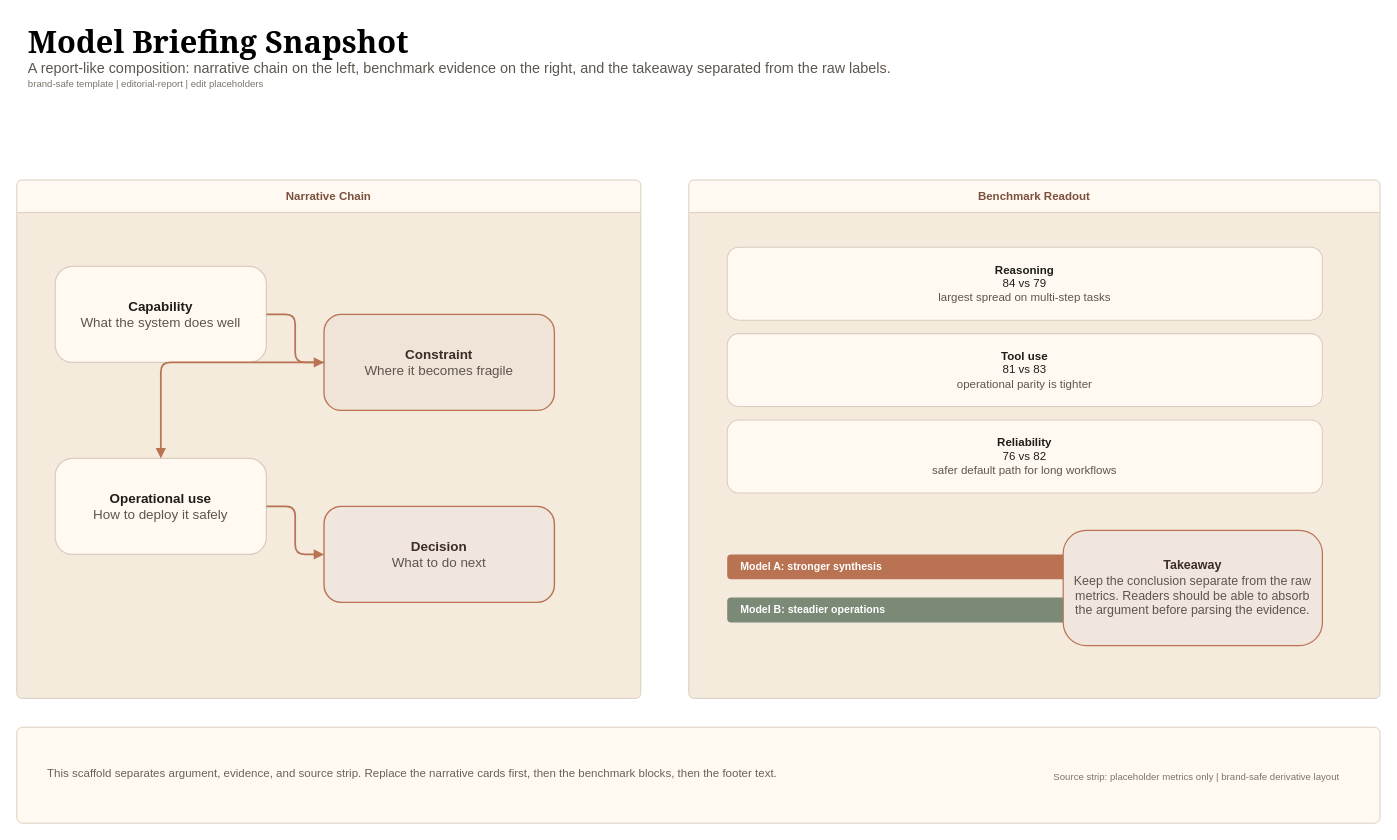
This is page "Editorial Report Template" (2 of 2) of assets/drawio-skill-template-pack.drawio from gigio1023/drawio-agent-skill, a draw.io file, before an edit. Source tidied: cells renumbered, new cells numbered last; positions are measured from the earlier drawing's top-left corner, leaving out a move shared by most shapes. Both pictures are drawn from the tidied source at 96%, with x=0, y=0 at pixel (16, 16).
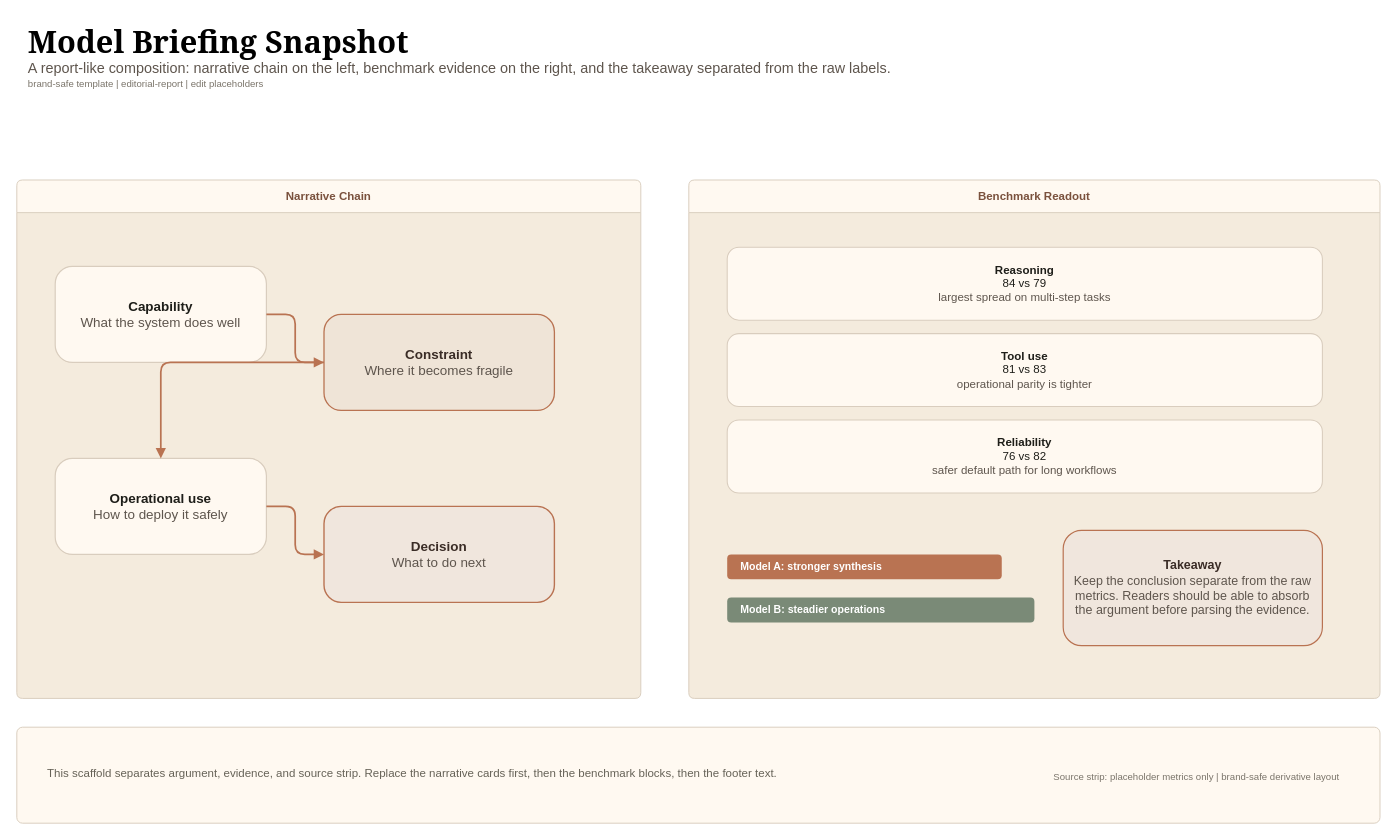
After the change.

Unchanged cells that the change refers to:
```xml
<mxCell id="4" value="Benchmark Readout" style="swimlane;startSize=34;rounded=1;absoluteArcSize=1;arcSize=12;html=1;whiteSpace=wrap;spacing=10;fillColor=#FFF9F1;strokeColor=#D9CDBE;swimlaneFillColor=#F4EBDD;fontColor=#7A513D;fontStyle=1;" parent="1" vertex="1">
  <mxGeometry x="700" y="170" width="720" height="540" as="geometry" />
</mxCell>
```

What changed in the source:
```diff
@@
     <object id="16" label="&lt;b&gt;%barText%&lt;/b&gt;" barText="Model A: stronger synthesis" placeholders="1">
       <mxCell style="rounded=1;whiteSpace=wrap;html=1;fillColor=#B97352;strokeColor=none;fontColor=#FFFFFF;fontSize=11;fontStyle=1;align=left;spacingLeft=12;arcSize=16;" parent="4" vertex="1">
-        <mxGeometry x="40" y="390" width="430" height="26" as="geometry" />
+        <mxGeometry x="40" y="390" width="286" height="26" as="geometry" />
       </mxCell>
     </object>
     <object id="17" label="&lt;b&gt;%barText%&lt;/b&gt;" barText="Model B: steadier operations" placeholders="1">
       <mxCell style="rounded=1;whiteSpace=wrap;html=1;fillColor=#7A8A77;strokeColor=none;fontColor=#FFFFFF;fontSize=11;fontStyle=1;align=left;spacingLeft=12;arcSize=16;" parent="4" vertex="1">
-        <mxGeometry x="40" y="435" width="480" height="26" as="geometry" />
+        <mxGeometry x="40" y="435" width="320" height="26" as="geometry" />
       </mxCell>
     </object>
     <object id="18" label="&lt;b&gt;%title%&lt;/b&gt;&lt;br&gt;&lt;font style=&quot;color:#5E554D&quot;&gt;%body%&lt;/font&gt;" body="Keep the conclusion separate from the raw metrics. Readers should be able to absorb the argument before parsing the evidence." placeholders="1" title="Takeaway">
-      <mxCell style="rounded=1;whiteSpace=wrap;html=1;fillColor=#F0E6DD;strokeColor=#B97352;strokeWidth=1.25;fontColor=#3A2C26;fontSize=13;spacing=12;arcSize=20;" parent="4" vertex="1">
+      <mxCell style="rounded=1;whiteSpace=wrap;html=1;fillColor=#F0E6DD;strokeColor=#B97352;strokeWidth=1.25;fontColor=#3A2C26;fontSize=13;spacing=12;arcSize=16;" parent="4" vertex="1">
         <mxGeometry x="390" y="365" width="270" height="120" as="geometry" />
       </mxCell>
     </object>
```
